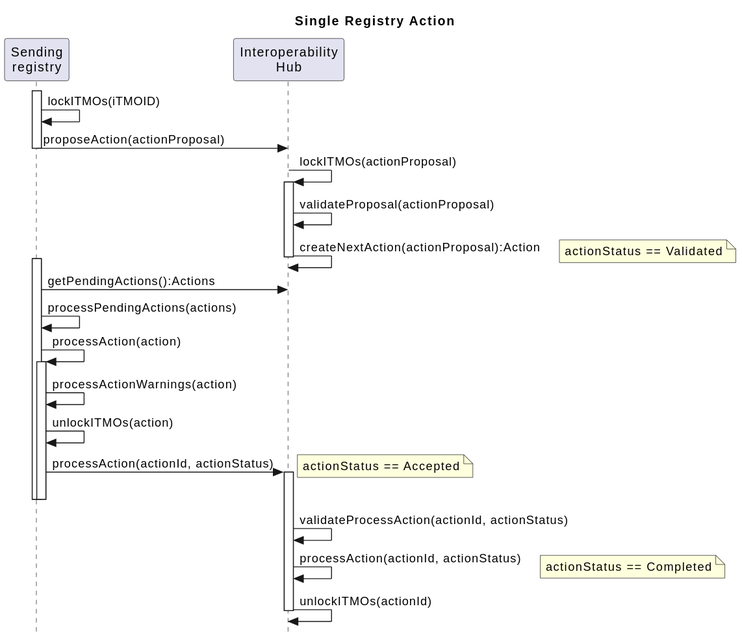
This is diagrams/Single Registry Action.svg from frankcnng/CARP, a PlantUML export, as it was before one commit. The source it was exported from:
```plantuml
@startuml
title Single Registry Action

skinparam style strictuml

participant "Sending\nregistry" as Sender
participant "Interoperability\nHub" as Hub

activate Sender
Sender -> Sender: lockITMOs(iTMOID)
Sender -> Hub : proposeAction(actionProposal)
deactivate Sender

Hub -> Hub++: lockITMOs(actionProposal)
Hub -> Hub: validateProposal(actionProposal)
Hub -> Hub--: createNextAction(actionProposal):Action
note right: actionStatus == Validated

activate Sender
Sender -> Hub : getPendingActions():Actions

Sender -> Sender: processPendingActions(actions)

Sender -> Sender: processAction(action)
activate Sender
Sender -> Sender: processActionWarnings(action)
Sender -> Sender: unlockITMOs(action)
Sender -> Hub++: processAction(actionId, actionStatus)
note right: actionStatus == Accepted
deactivate Sender
deactivate Sender
Hub -> Hub: validateProcessAction(actionId, actionStatus)
Hub -> Hub: processAction(actionId, actionStatus)
note right: actionStatus == Completed
Hub -> Hub--: unlockITMOs(actionId)
@enduml
```
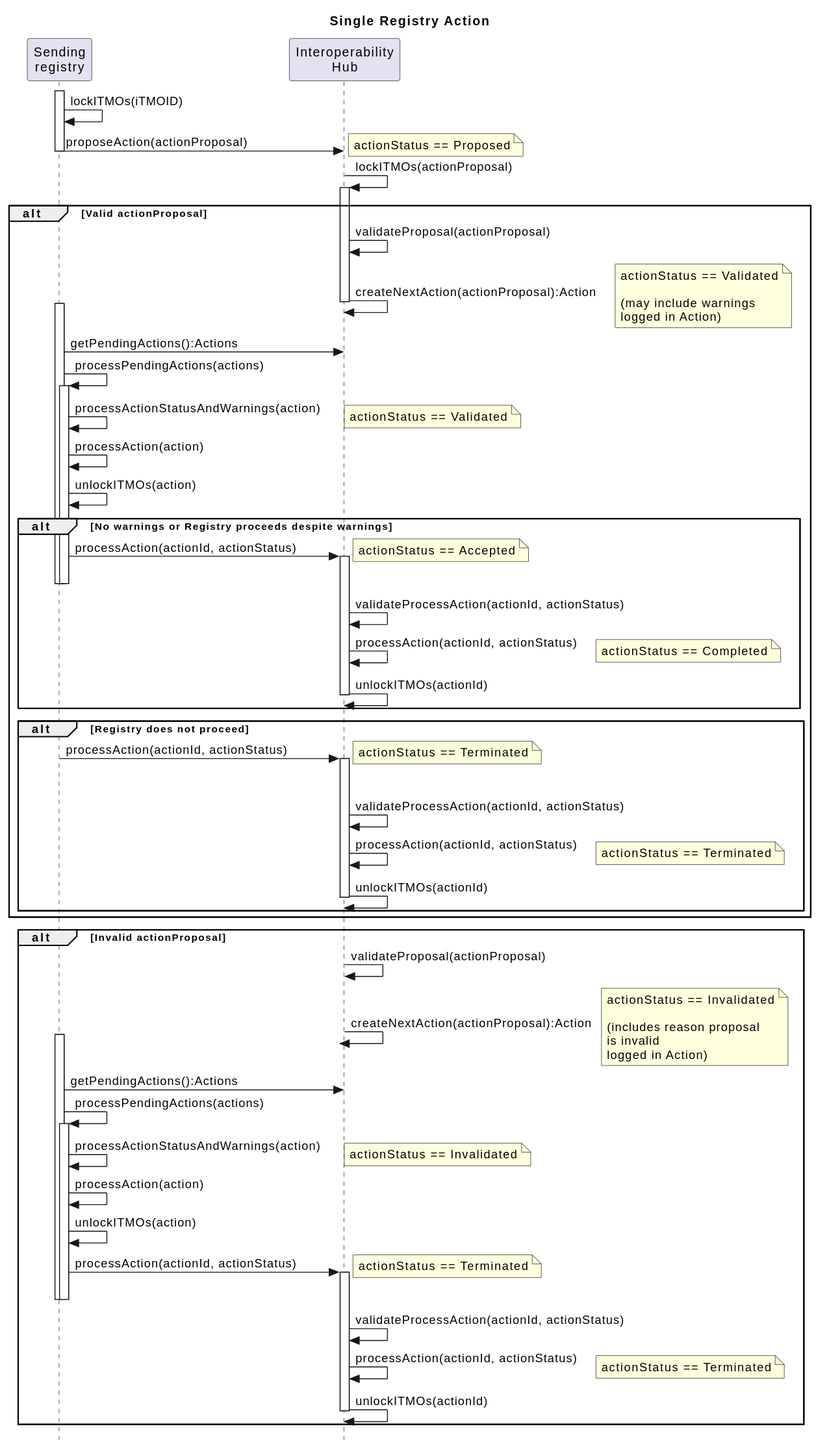
The same diagram one commit later.

Commit message:
Commit from GitHub Actions (Run linters and build artifacts)

Diff of the diagram source:
```diff
@@ -9,28 +9,81 @@
 activate Sender
 Sender -> Sender: lockITMOs(iTMOID)
 Sender -> Hub : proposeAction(actionProposal)
+note right: actionStatus == Proposed
 deactivate Sender
 
 Hub -> Hub++: lockITMOs(actionProposal)
-Hub -> Hub: validateProposal(actionProposal)
-Hub -> Hub--: createNextAction(actionProposal):Action
-note right: actionStatus == Validated
 
-activate Sender
-Sender -> Hub : getPendingActions():Actions
+alt Valid actionProposal
 
-Sender -> Sender: processPendingActions(actions)
+  Hub -> Hub: validateProposal(actionProposal)
+  Hub -> Hub--: createNextAction(actionProposal):Action
+  note right: actionStatus == Validated\n\n(may include warnings\nlogged in Action)
 
-Sender -> Sender: processAction(action)
-activate Sender
-Sender -> Sender: processActionWarnings(action)
-Sender -> Sender: unlockITMOs(action)
-Sender -> Hub++: processAction(actionId, actionStatus)
-note right: actionStatus == Accepted
-deactivate Sender
-deactivate Sender
-Hub -> Hub: validateProcessAction(actionId, actionStatus)
-Hub -> Hub: processAction(actionId, actionStatus)
-note right: actionStatus == Completed
-Hub -> Hub--: unlockITMOs(actionId)
+  activate Sender
+  Sender -> Hub : getPendingActions():Actions
+
+  Sender -> Sender: processPendingActions(actions)
+  activate Sender
+  Sender -> Sender: processActionStatusAndWarnings(action)
+  note right: actionStatus == Validated
+  Sender -> Sender: processAction(action)
+  Sender -> Sender: unlockITMOs(action)
+
+  alt No warnings or Registry proceeds despite warnings
+
+    Sender -> Hub++: processAction(actionId, actionStatus)
+    note right: actionStatus == Accepted
+    deactivate Sender
+    deactivate Sender
+    Hub -> Hub: validateProcessAction(actionId, actionStatus)
+    Hub -> Hub: processAction(actionId, actionStatus)
+    note right: actionStatus == Completed
+    Hub -> Hub--: unlockITMOs(actionId)
+
+  end
+
+  alt Registry does not proceed
+
+    activate Sender
+    activate Sender
+    Sender -> Hub++: processAction(actionId, actionStatus)
+    note right: actionStatus == Terminated
+    deactivate Sender
+    deactivate Sender
+    Hub -> Hub: validateProcessAction(actionId, actionStatus)
+    Hub -> Hub: processAction(actionId, actionStatus)
+    note right: actionStatus == Terminated
+    Hub -> Hub--: unlockITMOs(actionId)
+
+  end
+end
+
+alt Invalid actionProposal
+
+  Hub -> Hub: validateProposal(actionProposal)
+  Hub -> Hub--: createNextAction(actionProposal):Action
+  note right: actionStatus == Invalidated\n\n(includes reason proposal\nis invalid\nlogged in Action)
+
+  activate Sender
+  Sender -> Hub : getPendingActions():Actions
+
+  Sender -> Sender: processPendingActions(actions)
+  activate Sender
+  Sender -> Sender: processActionStatusAndWarnings(action)
+  note right: actionStatus == Invalidated
+
+  Sender -> Sender: processAction(action)
+  Sender -> Sender: unlockITMOs(action)
+
+    Sender -> Hub++: processAction(actionId, actionStatus)
+    note right: actionStatus == Terminated
+    deactivate Sender
+    deactivate Sender
+    Hub -> Hub: validateProcessAction(actionId, actionStatus)
+    Hub -> Hub: processAction(actionId, actionStatus)
+    note right: actionStatus == Terminated
+    Hub -> Hub--: unlockITMOs(actionId)
+
+end
 @enduml
```
